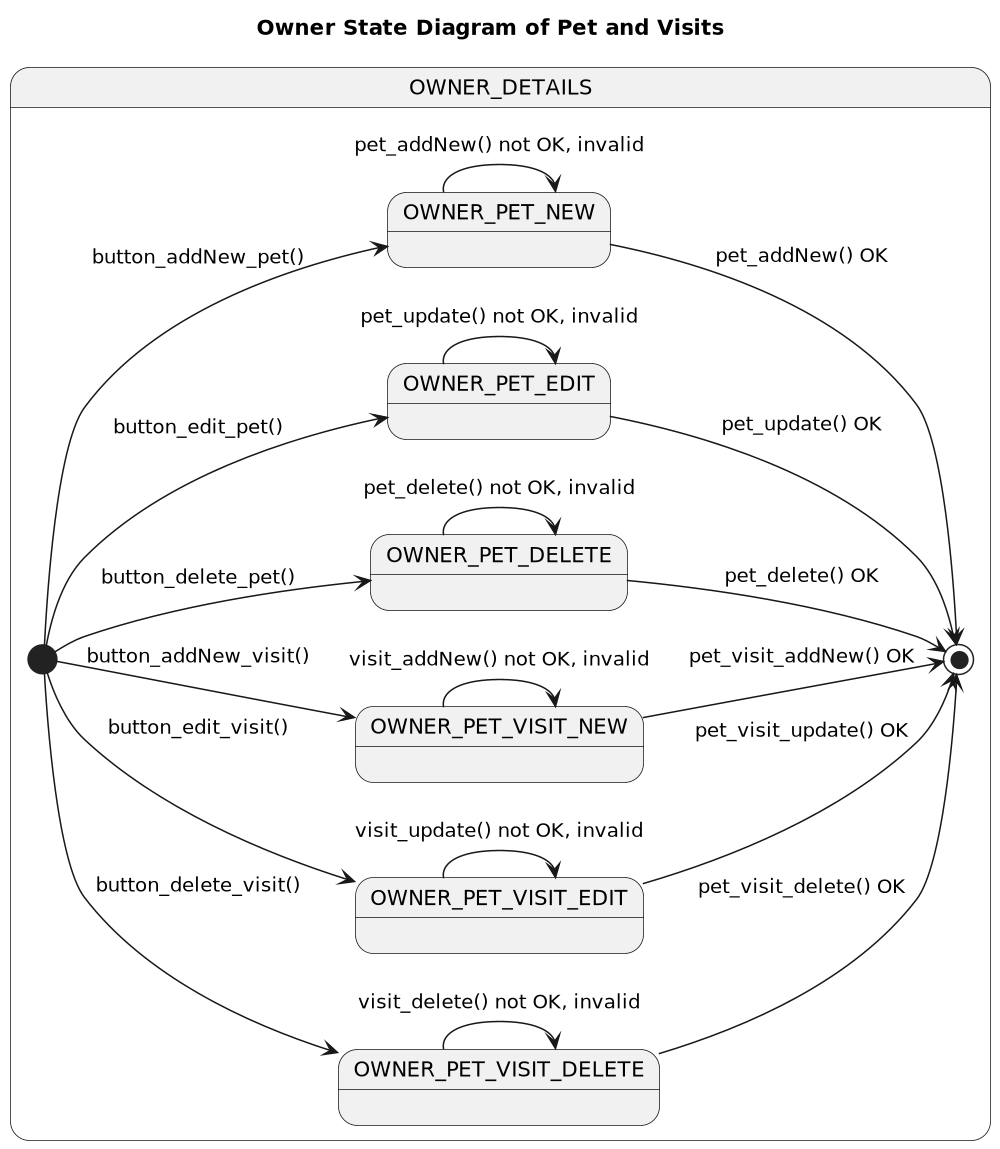
This is uml/owner/concept/Owner__UseCases__State__details-Owner_Use_Case_State_Diagram_of_Pet_and_Visits.png from Jakarta-EE-Petclinic/petclinic-uml, a PlantUML export, as it was before one commit. Source of this version:
```plantuml
@startuml

title Owner State Diagram of Pet and Visits


left to right direction

scale 1000 width

state OWNER_DETAILS {

    [*] --> OWNER_PET_NEW: button_addNew_pet()
    [*] --> OWNER_PET_EDIT: button_edit_pet()
    [*] --> OWNER_PET_DELETE: button_delete_pet()

    [*] --> OWNER_PET_VISIT_NEW: button_addNew_visit()
    [*] --> OWNER_PET_VISIT_EDIT: button_edit_visit()
    [*] --> OWNER_PET_VISIT_DELETE: button_delete_visit()

    OWNER_PET_NEW --> [*] : pet_addNew() OK
    OWNER_PET_EDIT --> [*] : pet_update() OK
    OWNER_PET_DELETE --> [*]: pet_delete() OK

    OWNER_PET_VISIT_NEW --> [*] : pet_visit_addNew() OK
    OWNER_PET_VISIT_EDIT --> [*] : pet_visit_update() OK
    OWNER_PET_VISIT_DELETE --> [*]: pet_visit_delete() OK

    state OWNER_PET_NEW {
        OWNER_PET_NEW --> OWNER_PET_NEW : pet_addNew() not OK, invalid
    }
    state OWNER_PET_EDIT {
        OWNER_PET_EDIT --> OWNER_PET_EDIT : pet_update() not OK, invalid
    }
    state OWNER_PET_DELETE {
        OWNER_PET_DELETE --> OWNER_PET_DELETE: pet_delete() not OK, invalid
    }

    state OWNER_PET_VISIT_NEW {
        OWNER_PET_VISIT_NEW --> OWNER_PET_VISIT_NEW : visit_addNew() not OK, invalid
    }
    state OWNER_PET_VISIT_EDIT {
        OWNER_PET_VISIT_EDIT --> OWNER_PET_VISIT_EDIT : visit_update() not OK, invalid
    }
    state OWNER_PET_VISIT_DELETE {
        OWNER_PET_VISIT_DELETE --> OWNER_PET_VISIT_DELETE: visit_delete() not OK, invalid
    }
}



@enduml
```
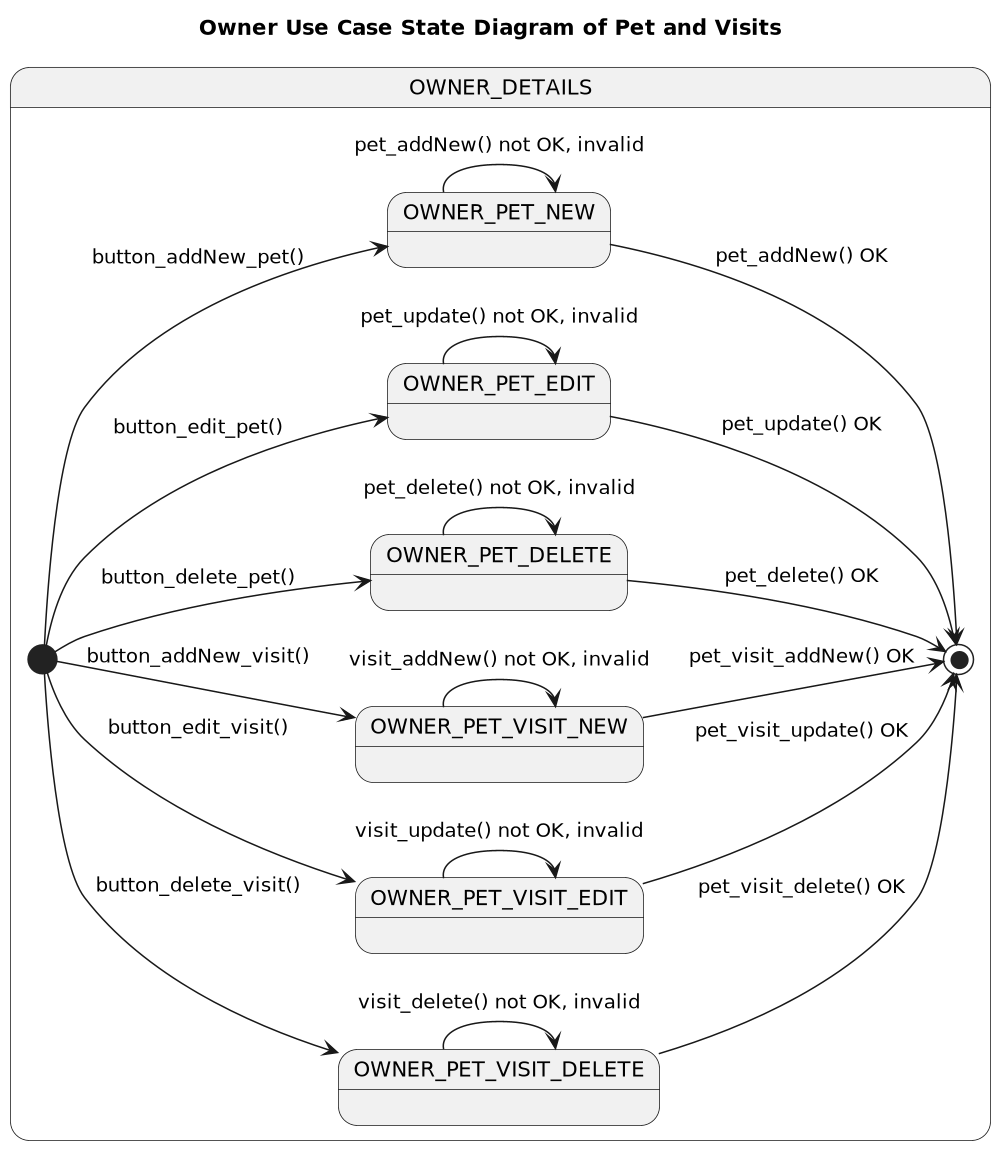
Above is the later version.

Diff of the diagram source:
```diff
@@ -1,6 +1,6 @@
 @startuml
 
-title Owner State Diagram of Pet and Visits
+title Owner Use Case State Diagram of Pet and Visits
 
 
 left to right direction
@@ -10,40 +10,45 @@
 state OWNER_DETAILS {
 
     [*] --> OWNER_PET_NEW: button_addNew_pet()
-    [*] --> OWNER_PET_EDIT: button_edit_pet()
-    [*] --> OWNER_PET_DELETE: button_delete_pet()
-
-    [*] --> OWNER_PET_VISIT_NEW: button_addNew_visit()
-    [*] --> OWNER_PET_VISIT_EDIT: button_edit_visit()
-    [*] --> OWNER_PET_VISIT_DELETE: button_delete_visit()
-
-    OWNER_PET_NEW --> [*] : pet_addNew() OK
-    OWNER_PET_EDIT --> [*] : pet_update() OK
-    OWNER_PET_DELETE --> [*]: pet_delete() OK
-
-    OWNER_PET_VISIT_NEW --> [*] : pet_visit_addNew() OK
-    OWNER_PET_VISIT_EDIT --> [*] : pet_visit_update() OK
-    OWNER_PET_VISIT_DELETE --> [*]: pet_visit_delete() OK
-
     state OWNER_PET_NEW {
         OWNER_PET_NEW --> OWNER_PET_NEW : pet_addNew() not OK, invalid
     }
+    OWNER_PET_NEW --> [*] : pet_addNew() OK
+
+
+    [*] --> OWNER_PET_EDIT: button_edit_pet()
     state OWNER_PET_EDIT {
         OWNER_PET_EDIT --> OWNER_PET_EDIT : pet_update() not OK, invalid
     }
+    OWNER_PET_EDIT --> [*] : pet_update() OK
+
+
+    [*] --> OWNER_PET_DELETE: button_delete_pet()
     state OWNER_PET_DELETE {
         OWNER_PET_DELETE --> OWNER_PET_DELETE: pet_delete() not OK, invalid
     }
+    OWNER_PET_DELETE --> [*]: pet_delete() OK
 
+
+    [*] --> OWNER_PET_VISIT_NEW: button_addNew_visit()
     state OWNER_PET_VISIT_NEW {
         OWNER_PET_VISIT_NEW --> OWNER_PET_VISIT_NEW : visit_addNew() not OK, invalid
     }
+    OWNER_PET_VISIT_NEW --> [*] : pet_visit_addNew() OK
+
+
+    [*] --> OWNER_PET_VISIT_EDIT: button_edit_visit()
     state OWNER_PET_VISIT_EDIT {
         OWNER_PET_VISIT_EDIT --> OWNER_PET_VISIT_EDIT : visit_update() not OK, invalid
     }
+    OWNER_PET_VISIT_EDIT --> [*] : pet_visit_update() OK
+
+
+    [*] --> OWNER_PET_VISIT_DELETE: button_delete_visit()
     state OWNER_PET_VISIT_DELETE {
         OWNER_PET_VISIT_DELETE --> OWNER_PET_VISIT_DELETE: visit_delete() not OK, invalid
     }
+    OWNER_PET_VISIT_DELETE --> [*]: pet_visit_delete() OK
 }
 
 
```
